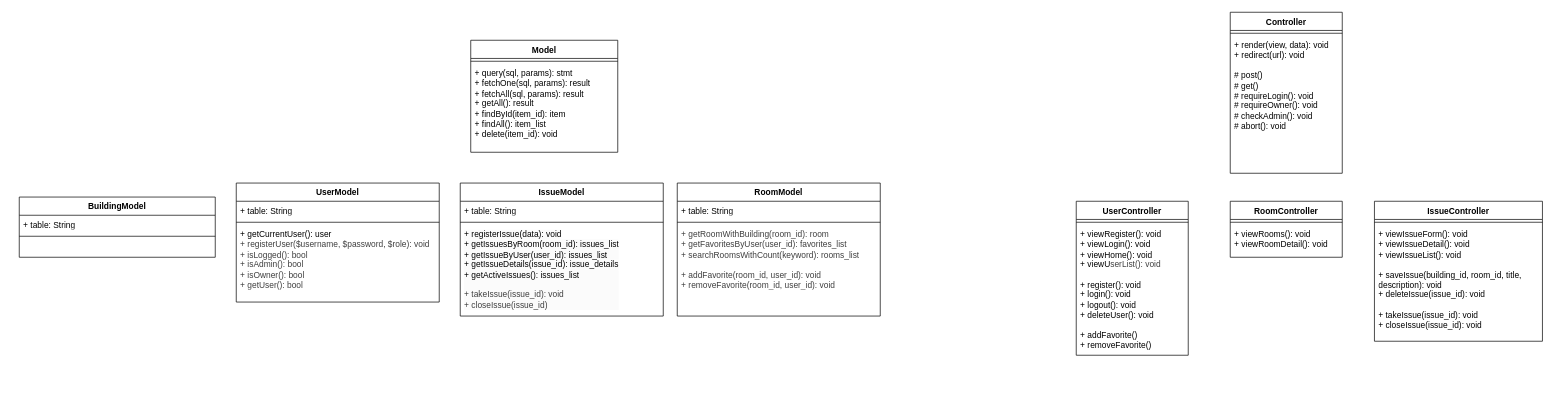
LukeSlongo/progetto_tecweb keeps this draw.io diagram as docs/Schemi/classi.drawio. Above is the earlier version. Source tidied: cells renumbered, new cells numbered last; positions are measured from the earlier drawing's top-left corner, leaving out a move shared by most shapes. Both pictures are drawn from the tidied source at 70%, with x=0, y=0 at pixel (19, 12).
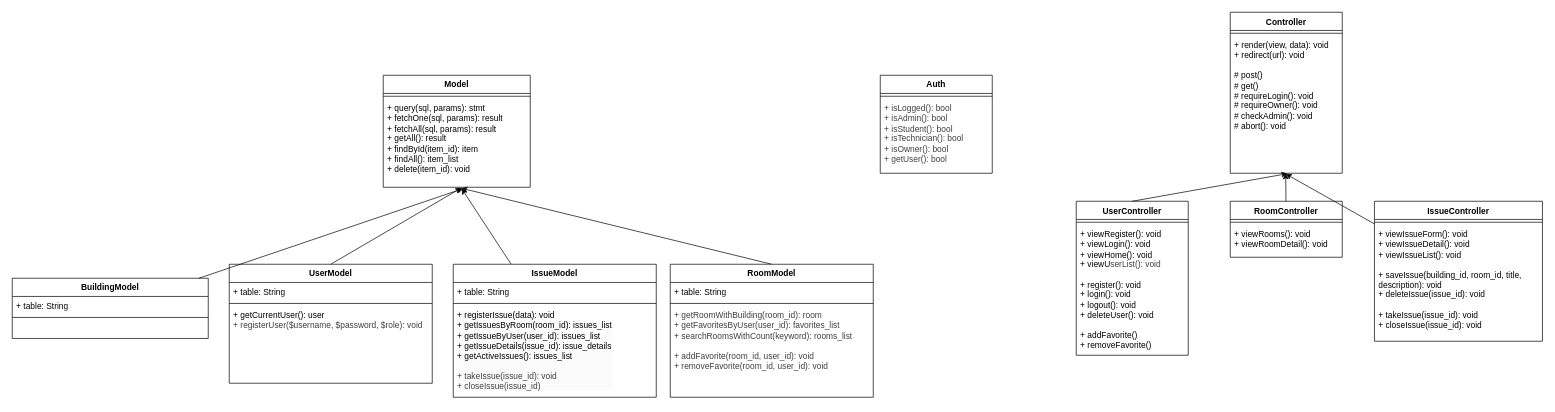
After the change.

The change refers to these unchanged cells:
```xml
<mxCell id="4" value="+ render(view, data): void&lt;div&gt;+ redirect(url): void&lt;/div&gt;&lt;div&gt;&lt;br&gt;&lt;/div&gt;&lt;div&gt;# post()&lt;/div&gt;&lt;div&gt;# get()&lt;/div&gt;&lt;div&gt;# requireLogin(): void&lt;/div&gt;&lt;div&gt;# requireOwner(): void&lt;/div&gt;&lt;div&gt;# checkAdmin(): void&lt;/div&gt;&lt;div&gt;# abort(): void&lt;/div&gt;" style="text;strokeColor=none;fillColor=none;align=left;verticalAlign=top;spacingLeft=4;spacingRight=4;overflow=hidden;points=[[0,0.5],[1,0.5]];portConstraint=eastwest;whiteSpace=wrap;html=1;" parent="2" vertex="1">
  <mxGeometry y="34" width="160" height="196" as="geometry" />
</mxCell>
<mxCell id="5" value="UserController" style="swimlane;fontStyle=1;align=center;verticalAlign=top;horizontal=1;startSize=26;whiteSpace=wrap;html=1;" parent="1" vertex="1">
  <mxGeometry x="1510" y="270" width="160" height="220" as="geometry" />
</mxCell>
<mxCell id="8" value="RoomController" style="swimlane;fontStyle=1;align=center;verticalAlign=top;horizontal=1;startSize=26;whiteSpace=wrap;html=1;" parent="1" vertex="1">
  <mxGeometry x="1730" y="270" width="160" height="80" as="geometry" />
</mxCell>
<mxCell id="11" value="IssueController" style="swimlane;fontStyle=1;align=center;verticalAlign=top;horizontal=1;startSize=26;whiteSpace=wrap;html=1;" parent="1" vertex="1">
  <mxGeometry x="1936" y="270" width="240" height="200" as="geometry" />
</mxCell>
<mxCell id="16" value="+ query(sql, params): stmt&lt;div&gt;+ fetchOne(sql, params): result&lt;/div&gt;&lt;div&gt;+ fetchAll(sql, params): result&lt;/div&gt;&lt;div&gt;+ getAll(): result&lt;/div&gt;&lt;div&gt;+ findById(item_id): item&lt;/div&gt;&lt;div&gt;+ findAll(): item_list&lt;/div&gt;&lt;div&gt;+ delete(item_id): void&lt;/div&gt;" style="text;strokeColor=none;fillColor=none;align=left;verticalAlign=top;spacingLeft=4;spacingRight=4;overflow=hidden;points=[[0,0.5],[1,0.5]];portConstraint=eastwest;whiteSpace=wrap;html=1;" parent="14" vertex="1">
  <mxGeometry y="34" width="210" height="126" as="geometry" />
</mxCell>
```

Diff of the diagram source:
```diff
@@
+    <mxCell id="33" style="edgeStyle=none;html=1;entryX=0.495;entryY=1;entryDx=0;entryDy=0;entryPerimeter=0;" parent="1" edge="1" source="8" target="4">
+      <mxGeometry relative="1" as="geometry" />
+    </mxCell>
@@
     <mxCell id="14" value="Model" style="swimlane;fontStyle=1;align=center;verticalAlign=top;horizontal=1;startSize=26;whiteSpace=wrap;html=1;" parent="1" vertex="1">
-      <mxGeometry x="645" y="40" width="210" height="160" as="geometry" />
+      <mxGeometry x="520" y="90" width="210" height="160" as="geometry" />
     </mxCell>
@@
     <mxCell id="17" value="BuildingModel" style="swimlane;fontStyle=1;align=center;verticalAlign=top;horizontal=1;startSize=26;whiteSpace=wrap;html=1;" parent="1" vertex="1">
-      <mxGeometry y="264" width="280" height="86" as="geometry" />
+      <mxGeometry x="-10" y="380" width="280" height="86" as="geometry" />
     </mxCell>
@@
     <mxCell id="21" value="UserModel" style="swimlane;fontStyle=1;align=center;verticalAlign=top;horizontal=1;startSize=26;whiteSpace=wrap;html=1;" parent="1" vertex="1">
-      <mxGeometry x="310" y="244" width="290" height="170" as="geometry" />
+      <mxGeometry x="300" y="360" width="290" height="170" as="geometry" />
     </mxCell>
@@
-    <mxCell id="24" value="+ getCurrentUser(): user&lt;div style=&quot;color: rgb(63, 63, 63); scrollbar-color: rgb(226, 226, 226) rgb(251, 251, 251);&quot;&gt;+ registerUser($username, $password, $role): void&lt;/div&gt;&lt;div style=&quot;color: rgb(63, 63, 63); scrollbar-color: rgb(226, 226, 226) rgb(251, 251, 251);&quot;&gt;+ isLogged(): bool&lt;/div&gt;&lt;div style=&quot;color: rgb(63, 63, 63); scrollbar-color: rgb(226, 226, 226) rgb(251, 251, 251);&quot;&gt;+ isAdmin(): bool&lt;/div&gt;&lt;div style=&quot;color: rgb(63, 63, 63); scrollbar-color: rgb(226, 226, 226) rgb(251, 251, 251);&quot;&gt;+ isOwner(): bool&lt;/div&gt;&lt;div style=&quot;color: rgb(63, 63, 63); scrollbar-color: rgb(226, 226, 226) rgb(251, 251, 251);&quot;&gt;+ getUser(): bool&lt;/div&gt;" style="text;strokeColor=none;fillColor=none;align=left;verticalAlign=top;spacingLeft=4;spacingRight=4;overflow=hidden;whiteSpace=wrap;html=1;" parent="21" vertex="1">
+    <mxCell id="24" value="+ getCurrentUser(): user&lt;div style=&quot;color: rgb(63, 63, 63); scrollbar-color: rgb(226, 226, 226) rgb(251, 251, 251);&quot;&gt;+ registerUser($username, $password, $role): void&lt;/div&gt;&lt;div style=&quot;color: rgb(63, 63, 63); scrollbar-color: rgb(226, 226, 226) rgb(251, 251, 251);&quot;&gt;&lt;br&gt;&lt;/div&gt;" style="text;strokeColor=none;fillColor=none;align=left;verticalAlign=top;spacingLeft=4;spacingRight=4;overflow=hidden;whiteSpace=wrap;html=1;" parent="21" vertex="1">
       <mxGeometry y="60" width="290" height="110" as="geometry" />
     </mxCell>
+    <mxCell id="34" style="edgeStyle=none;html=1;entryX=0.533;entryY=1.015;entryDx=0;entryDy=0;entryPerimeter=0;" parent="1" edge="1" source="25" target="16">
+      <mxGeometry relative="1" as="geometry" />
+    </mxCell>
     <mxCell id="25" value="IssueModel" style="swimlane;fontStyle=1;align=center;verticalAlign=top;horizontal=1;startSize=26;whiteSpace=wrap;html=1;" parent="1" vertex="1">
-      <mxGeometry x="630" y="244" width="290" height="190" as="geometry" />
+      <mxGeometry x="620" y="360" width="290" height="190" as="geometry" />
     </mxCell>
@@
+    <mxCell id="35" style="edgeStyle=none;html=1;exitX=0.5;exitY=0;exitDx=0;exitDy=0;entryX=0.531;entryY=1.011;entryDx=0;entryDy=0;entryPerimeter=0;" parent="1" edge="1" source="29" target="16">
+      <mxGeometry relative="1" as="geometry" />
+    </mxCell>
     <mxCell id="29" value="RoomModel" style="swimlane;fontStyle=1;align=center;verticalAlign=top;horizontal=1;startSize=26;whiteSpace=wrap;html=1;" parent="1" vertex="1">
-      <mxGeometry x="940" y="244" width="290" height="190" as="geometry" />
+      <mxGeometry x="930" y="360" width="290" height="190" as="geometry" />
     </mxCell>
@@
+    <mxCell id="36" value="Auth" style="swimlane;fontStyle=1;align=center;verticalAlign=top;horizontal=1;startSize=26;whiteSpace=wrap;html=1;" parent="1" vertex="1">
+      <mxGeometry x="1230" y="90" width="160" height="140" as="geometry" />
+    </mxCell>
+    <mxCell id="37" style="line;strokeWidth=1;fillColor=none;align=left;verticalAlign=middle;spacingTop=-1;spacingLeft=3;spacingRight=3;labelPosition=right;strokeColor=inherit;" parent="36" vertex="1">
+      <mxGeometry y="26" width="160" height="8" as="geometry" />
+    </mxCell>
+    <mxCell id="38" value="&lt;div style=&quot;scrollbar-color: rgb(226, 226, 226) rgb(251, 251, 251); color: rgb(63, 63, 63);&quot;&gt;+ isLogged(): bool&lt;/div&gt;&lt;div style=&quot;scrollbar-color: rgb(226, 226, 226) rgb(251, 251, 251); color: rgb(63, 63, 63);&quot;&gt;+ isAdmin(): bool&lt;/div&gt;&lt;div style=&quot;scrollbar-color: rgb(226, 226, 226) rgb(251, 251, 251); color: rgb(63, 63, 63);&quot;&gt;+ isStudent(): bool&lt;/div&gt;&lt;div style=&quot;scrollbar-color: rgb(226, 226, 226) rgb(251, 251, 251); color: rgb(63, 63, 63);&quot;&gt;+ isTechnician(): bool&lt;/div&gt;&lt;div style=&quot;scrollbar-color: rgb(226, 226, 226) rgb(251, 251, 251); color: rgb(63, 63, 63);&quot;&gt;+ isOwner(): bool&lt;/div&gt;&lt;div style=&quot;scrollbar-color: rgb(226, 226, 226) rgb(251, 251, 251); color: rgb(63, 63, 63);&quot;&gt;+ getUser(): bool&lt;/div&gt;" style="text;strokeColor=none;fillColor=none;align=left;verticalAlign=top;spacingLeft=4;spacingRight=4;overflow=hidden;whiteSpace=wrap;html=1;" parent="36" vertex="1">
+      <mxGeometry y="34" width="160" height="106" as="geometry" />
+    </mxCell>
+    <mxCell id="39" style="edgeStyle=none;html=1;exitX=0.5;exitY=0;exitDx=0;exitDy=0;entryX=0.531;entryY=1.008;entryDx=0;entryDy=0;entryPerimeter=0;" parent="1" edge="1" source="21" target="16">
+      <mxGeometry relative="1" as="geometry" />
+    </mxCell>
+    <mxCell id="40" style="edgeStyle=none;html=1;entryX=0.544;entryY=1.015;entryDx=0;entryDy=0;entryPerimeter=0;" parent="1" edge="1" source="17" target="16">
+      <mxGeometry relative="1" as="geometry" />
+    </mxCell>
+    <mxCell id="41" style="edgeStyle=none;html=1;exitX=0.5;exitY=0;exitDx=0;exitDy=0;entryX=0.51;entryY=1.003;entryDx=0;entryDy=0;entryPerimeter=0;" parent="1" edge="1" source="5" target="4">
+      <mxGeometry relative="1" as="geometry" />
+    </mxCell>
+    <mxCell id="42" style="edgeStyle=none;html=1;entryX=0.496;entryY=1.005;entryDx=0;entryDy=0;entryPerimeter=0;" parent="1" edge="1" source="11" target="4">
+      <mxGeometry relative="1" as="geometry" />
+    </mxCell>
```
